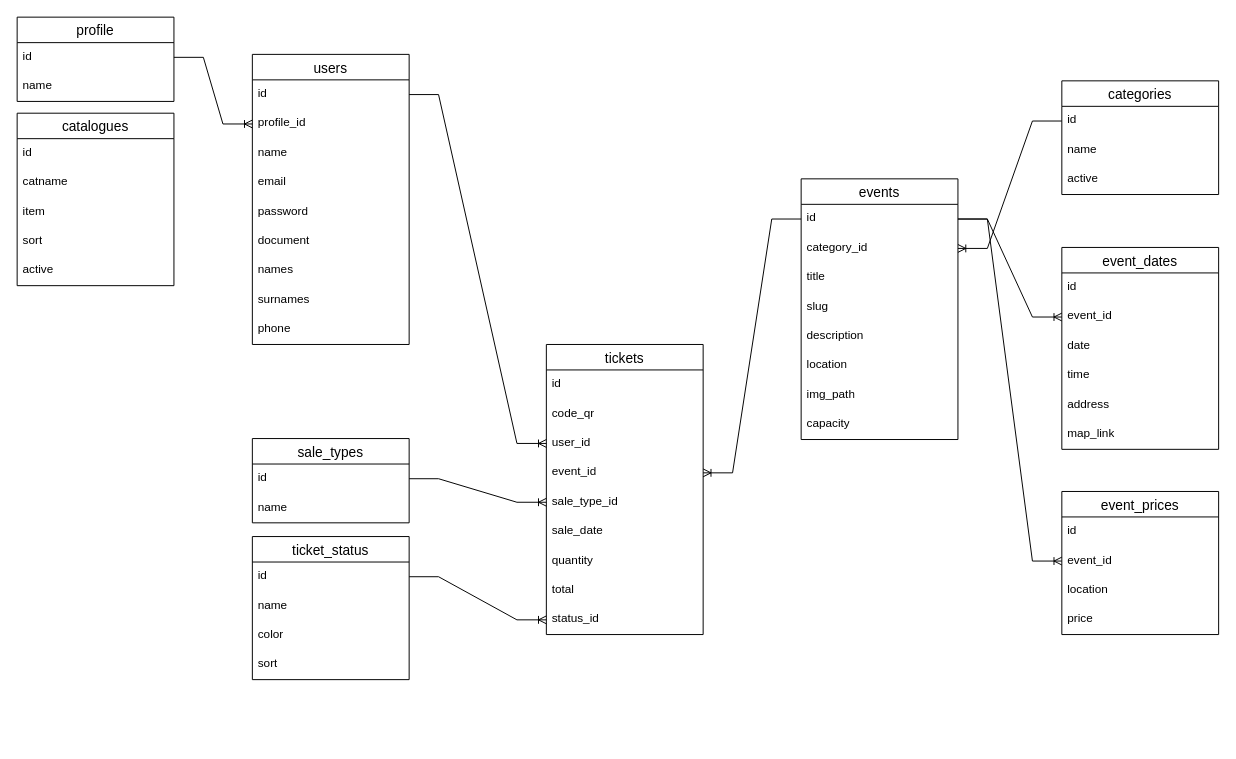
This is tickets.drawio from programwoft/test-repo, a draw.io file, before an edit. Source tidied: cells renumbered, new cells numbered last; positions are measured from the earlier drawing's top-left corner, leaving out a move shared by most shapes. Both pictures are drawn from the tidied source at 98%, with x=0, y=0 at pixel (17, 17).
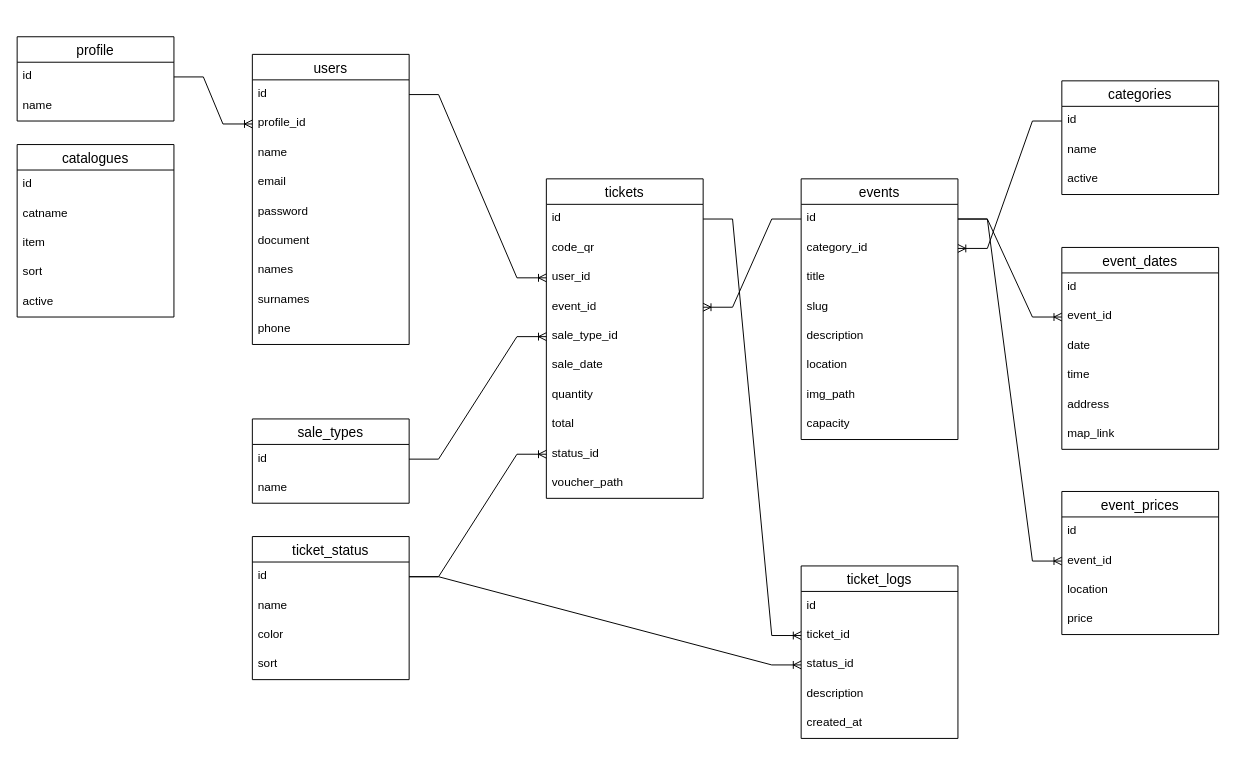
The same diagram, later.

Commit message:
agregado ticket_logs

The change refers to these unchanged cells:
```xml
<mxCell id="25" value="id" style="text;strokeColor=none;fillColor=none;spacingLeft=4;spacingRight=4;overflow=hidden;points=[[0,0.5],[1,0.5]];portConstraint=eastwest;fontSize=12;whiteSpace=wrap;html=1;" parent="24" vertex="1">
  <mxGeometry y="26" width="160" height="30" as="geometry" />
</mxCell>
<mxCell id="65" value="id" style="text;strokeColor=none;fillColor=none;spacingLeft=4;spacingRight=4;overflow=hidden;points=[[0,0.5],[1,0.5]];portConstraint=eastwest;fontSize=12;whiteSpace=wrap;html=1;" parent="64" vertex="1">
  <mxGeometry y="26" width="160" height="30" as="geometry" />
</mxCell>
```

The edit, as a diff of the source:
```diff
@@
     <mxCell id="12" value="profile" style="swimlane;fontStyle=0;horizontal=1;startSize=26;align=center;fontSize=14;" parent="1" vertex="1">
-      <mxGeometry width="160" height="86" as="geometry" />
+      <mxGeometry y="20" width="160" height="86" as="geometry" />
     </mxCell>
@@
     <mxCell id="24" value="tickets" style="swimlane;fontStyle=0;horizontal=1;startSize=26;align=center;fontSize=14;" parent="1" vertex="1">
-      <mxGeometry x="540" y="334" width="160" height="296" as="geometry" />
+      <mxGeometry x="540" y="165" width="160" height="326" as="geometry" />
     </mxCell>
@@
+    <mxCell id="72" value="voucher_path" style="text;strokeColor=none;fillColor=none;spacingLeft=4;spacingRight=4;overflow=hidden;fontSize=12;whiteSpace=wrap;html=1;" parent="24" vertex="1">
+      <mxGeometry y="296" width="160" height="30" as="geometry" />
+    </mxCell>
@@
     <mxCell id="53" value="catalogues" style="swimlane;fontStyle=0;horizontal=1;startSize=26;align=center;fontSize=14;" parent="1" vertex="1">
-      <mxGeometry y="98" width="160" height="176" as="geometry" />
+      <mxGeometry y="130" width="160" height="176" as="geometry" />
     </mxCell>
@@
     <mxCell id="61" value="sale_types" style="swimlane;fontStyle=0;horizontal=1;startSize=26;align=center;fontSize=14;" parent="1" vertex="1">
-      <mxGeometry x="240" y="430" width="160" height="86" as="geometry" />
+      <mxGeometry x="240" y="410" width="160" height="86" as="geometry" />
     </mxCell>
@@
+    <mxCell id="73" value="ticket_logs" style="swimlane;fontStyle=0;horizontal=1;startSize=26;align=center;fontSize=14;" parent="1" vertex="1">
+      <mxGeometry x="800" y="560" width="160" height="176" as="geometry" />
+    </mxCell>
+    <mxCell id="74" value="id" style="text;strokeColor=none;fillColor=none;spacingLeft=4;spacingRight=4;overflow=hidden;fontSize=12;whiteSpace=wrap;html=1;" parent="73" vertex="1">
+      <mxGeometry y="26" width="160" height="30" as="geometry" />
+    </mxCell>
+    <mxCell id="75" value="ticket_id" style="text;strokeColor=none;fillColor=none;spacingLeft=4;spacingRight=4;overflow=hidden;points=[[0,0.5],[1,0.5]];portConstraint=eastwest;fontSize=12;whiteSpace=wrap;html=1;" parent="73" vertex="1">
+      <mxGeometry y="56" width="160" height="30" as="geometry" />
+    </mxCell>
+    <mxCell id="76" value="status_id" style="text;strokeColor=none;fillColor=none;spacingLeft=4;spacingRight=4;overflow=hidden;points=[[0,0.5],[1,0.5]];portConstraint=eastwest;fontSize=12;whiteSpace=wrap;html=1;" parent="73" vertex="1">
+      <mxGeometry y="86" width="160" height="30" as="geometry" />
+    </mxCell>
+    <mxCell id="77" value="description" style="text;strokeColor=none;fillColor=none;spacingLeft=4;spacingRight=4;overflow=hidden;fontSize=12;whiteSpace=wrap;html=1;" parent="73" vertex="1">
+      <mxGeometry y="116" width="160" height="30" as="geometry" />
+    </mxCell>
+    <mxCell id="78" value="created_at" style="text;strokeColor=none;fillColor=none;spacingLeft=4;spacingRight=4;overflow=hidden;fontSize=12;whiteSpace=wrap;html=1;" parent="73" vertex="1">
+      <mxGeometry y="146" width="160" height="30" as="geometry" />
+    </mxCell>
+    <mxCell id="79" style="edgeStyle=entityRelationEdgeStyle;fontSize=12;html=1;endArrow=ERoneToMany;rounded=0;" parent="1" edge="1" source="25" target="75">
+      <mxGeometry relative="1" as="geometry" />
+    </mxCell>
+    <mxCell id="80" style="edgeStyle=entityRelationEdgeStyle;fontSize=12;html=1;endArrow=ERoneToMany;rounded=0;" parent="1" edge="1" source="65" target="76">
+      <mxGeometry relative="1" as="geometry" />
+    </mxCell>
```
